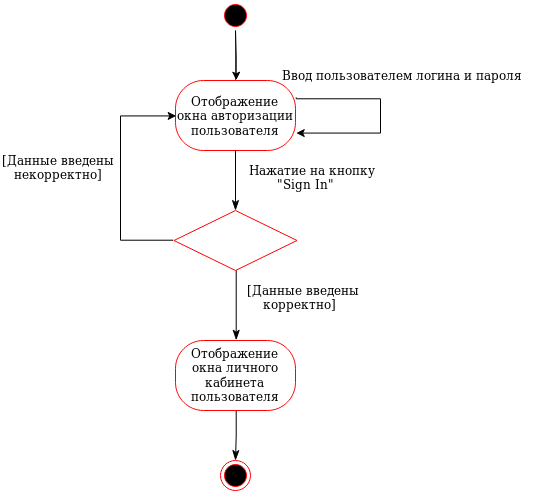
Andrew304/Visual-CI-Manager keeps this draw.io diagram as Diagrams/State/SignIn_state.png. Above is the earlier version. Source tidied: cells renumbered, new cells last; positions are measured from the earlier drawing's top-left corner, leaving out a move shared by most shapes. The source it was exported from:
```xml
<mxGraphModel>
  <root>
    <mxCell id="0" />
    <mxCell id="1" parent="0" />
    <mxCell id="2" style="ellipse;html=1;shape=endState;fillColor=#000000;strokeColor=#ff0000;" parent="1" vertex="1">
      <mxGeometry x="220" y="460" width="30" height="30" as="geometry" />
    </mxCell>
    <mxCell id="3" style="ellipse;html=1;shape=startState;fillColor=#000000;strokeColor=#ff0000;" parent="1" vertex="1">
      <mxGeometry x="220" width="30" height="30" as="geometry" />
    </mxCell>
    <mxCell id="4" style="edgeStyle=orthogonalEdgeStyle;html=1;verticalAlign=bottom;endArrow=open;endSize=8;strokeColor=#ff0000;" parent="1" edge="1" source="3">
      <mxGeometry relative="1" as="geometry">
        <mxPoint x="235" y="90" as="targetPoint" />
      </mxGeometry>
    </mxCell>
    <mxCell id="5" style="edgeStyle=orthogonalEdgeStyle;rounded=0;orthogonalLoop=1;jettySize=auto;html=1;exitX=1;exitY=0.25;exitDx=0;exitDy=0;entryX=1;entryY=0.75;entryDx=0;entryDy=0;" parent="1" edge="1" source="7" target="7">
      <mxGeometry relative="1" as="geometry">
        <Array as="points">
          <mxPoint x="380" y="98" />
          <mxPoint x="380" y="133" />
        </Array>
      </mxGeometry>
    </mxCell>
    <mxCell id="6" style="edgeStyle=orthogonalEdgeStyle;rounded=0;jettySize=auto;html=1;entryX=0.5;entryY=0;entryDx=0;entryDy=0;" parent="1" edge="1" target="7">
      <mxGeometry relative="1" as="geometry">
        <mxPoint x="235" y="30" as="sourcePoint" />
      </mxGeometry>
    </mxCell>
    <mxCell id="7" value="Отображение окна авторизации пользователя" style="rounded=1;whiteSpace=wrap;html=1;arcSize=40;fontColor=#000000;fillColor=#FFFFFF;strokeColor=#ff0000;" parent="1" vertex="1">
      <mxGeometry x="175" y="80" width="120" height="70" as="geometry" />
    </mxCell>
    <mxCell id="8" style="edgeStyle=orthogonalEdgeStyle;html=1;verticalAlign=bottom;endArrow=classicThin;endSize=8;strokeColor=#000000;endFill=1;" parent="1" edge="1" source="7">
      <mxGeometry relative="1" as="geometry">
        <mxPoint x="235" y="210" as="targetPoint" />
      </mxGeometry>
    </mxCell>
    <mxCell id="9" value="&lt;div&gt;Ввод пользователем логина и пароля&lt;/div&gt;" style="text;html=1;align=left;verticalAlign=top;spacingTop=-4;" parent="1" vertex="1">
      <mxGeometry x="280" y="65" width="260" height="20" as="geometry" />
    </mxCell>
    <mxCell id="10" value="&lt;div&gt;Нажатие на кнопку&lt;/div&gt;&lt;div&gt;&amp;nbsp;&amp;nbsp;&amp;nbsp;&amp;nbsp;&amp;nbsp;&amp;nbsp; &quot;Sign In&quot;&lt;/div&gt;" style="text;html=1;align=left;verticalAlign=top;spacingTop=-4;" parent="1" vertex="1">
      <mxGeometry x="247" y="160" width="140" height="30" as="geometry" />
    </mxCell>
    <mxCell id="11" style="edgeStyle=orthogonalEdgeStyle;rounded=0;jettySize=auto;html=1;exitX=0;exitY=0.5;exitDx=0;exitDy=0;entryX=0;entryY=0.5;entryDx=0;entryDy=0;" parent="1" edge="1" source="13" target="7">
      <mxGeometry relative="1" as="geometry">
        <Array as="points">
          <mxPoint x="120" y="240" />
          <mxPoint x="120" y="115" />
        </Array>
      </mxGeometry>
    </mxCell>
    <mxCell id="12" style="edgeStyle=orthogonalEdgeStyle;rounded=0;jettySize=auto;html=1;exitX=0.5;exitY=1;exitDx=0;exitDy=0;endArrow=classicThin;endFill=1;strokeColor=#000000;endSize=8;entryX=0.5;entryY=0;entryDx=0;entryDy=0;" parent="1" edge="1" source="13" target="17">
      <mxGeometry relative="1" as="geometry" />
    </mxCell>
    <mxCell id="13" style="rhombus;whiteSpace=wrap;html=1;fillColor=#FFFFFF;strokeColor=#ff0000;" parent="1" vertex="1">
      <mxGeometry x="173.5" y="210" width="123" height="60" as="geometry" />
    </mxCell>
    <mxCell id="14" value="&lt;div&gt;[Данные введены&lt;/div&gt;&lt;div&gt;&amp;nbsp;&amp;nbsp; некорректно]&lt;/div&gt;" style="text;html=1;align=left;verticalAlign=top;spacingTop=-4;" parent="1" vertex="1">
      <mxGeometry y="150" width="130" height="30" as="geometry" />
    </mxCell>
    <mxCell id="15" value="&lt;div&gt;[Данные введены&lt;/div&gt;&lt;div&gt;&amp;nbsp;&amp;nbsp;&amp;nbsp; корректно]&lt;/div&gt;" style="text;html=1;align=left;verticalAlign=top;spacingTop=-4;" parent="1" vertex="1">
      <mxGeometry x="245" y="280" width="130" height="30" as="geometry" />
    </mxCell>
    <mxCell id="16" style="edgeStyle=orthogonalEdgeStyle;rounded=0;jettySize=auto;html=1;exitX=0.5;exitY=1;exitDx=0;exitDy=0;endArrow=classicThin;endFill=1;endSize=8;strokeColor=#000000;" parent="1" edge="1" source="17">
      <mxGeometry relative="1" as="geometry">
        <mxPoint x="235" y="460" as="targetPoint" />
      </mxGeometry>
    </mxCell>
    <mxCell id="17" value="Отображение окна личного кабинета пользователя" style="rounded=1;whiteSpace=wrap;html=1;arcSize=40;fontColor=#000000;fillColor=#FFFFFF;strokeColor=#ff0000;" parent="1" vertex="1">
      <mxGeometry x="175" y="340" width="120" height="70" as="geometry" />
    </mxCell>
  </root>
</mxGraphModel>
```
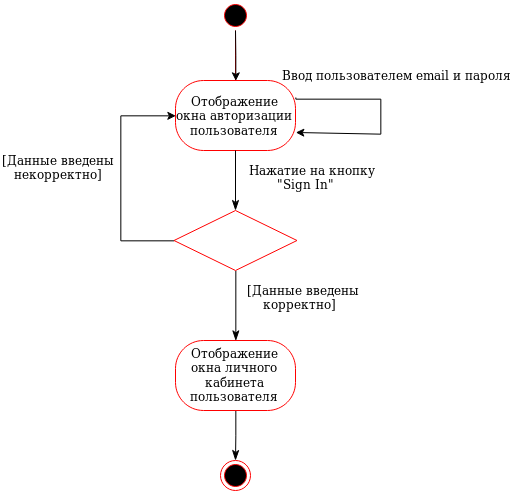
Later version of the same file.

What changed in the source:
```diff
@@ -34,8 +34,8 @@
         <mxPoint x="235" y="210" as="targetPoint" />
       </mxGeometry>
     </mxCell>
-    <mxCell id="9" value="&lt;div&gt;Ввод пользователем логина и пароля&lt;/div&gt;" style="text;html=1;align=left;verticalAlign=top;spacingTop=-4;" parent="1" vertex="1">
-      <mxGeometry x="280" y="65" width="260" height="20" as="geometry" />
+    <mxCell id="9" value="&lt;div&gt;Ввод пользователем email и пароля&lt;/div&gt;" style="text;html=1;align=left;verticalAlign=top;spacingTop=-4;" parent="1" vertex="1">
+      <mxGeometry x="280" y="65" width="240" height="20" as="geometry" />
     </mxCell>
     <mxCell id="10" value="&lt;div&gt;Нажатие на кнопку&lt;/div&gt;&lt;div&gt;&amp;nbsp;&amp;nbsp;&amp;nbsp;&amp;nbsp;&amp;nbsp;&amp;nbsp; &quot;Sign In&quot;&lt;/div&gt;" style="text;html=1;align=left;verticalAlign=top;spacingTop=-4;" parent="1" vertex="1">
       <mxGeometry x="247" y="160" width="140" height="30" as="geometry" />
```
